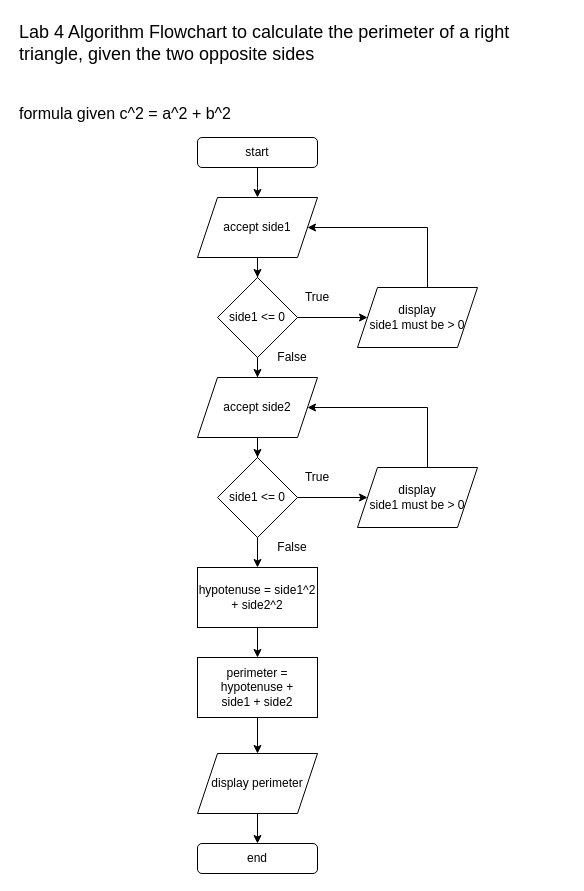
Earlier version of the draw.io diagram labs/lab4/PythagTheorem.drawio (campbe13/Java110-2020). Source tidied: cells renumbered, new cells numbered last; positions are measured from the earlier drawing's top-left corner, leaving out a move shared by most shapes. Both pictures are drawn from the tidied source at 100%, with x=0, y=0 at pixel (17, 17).
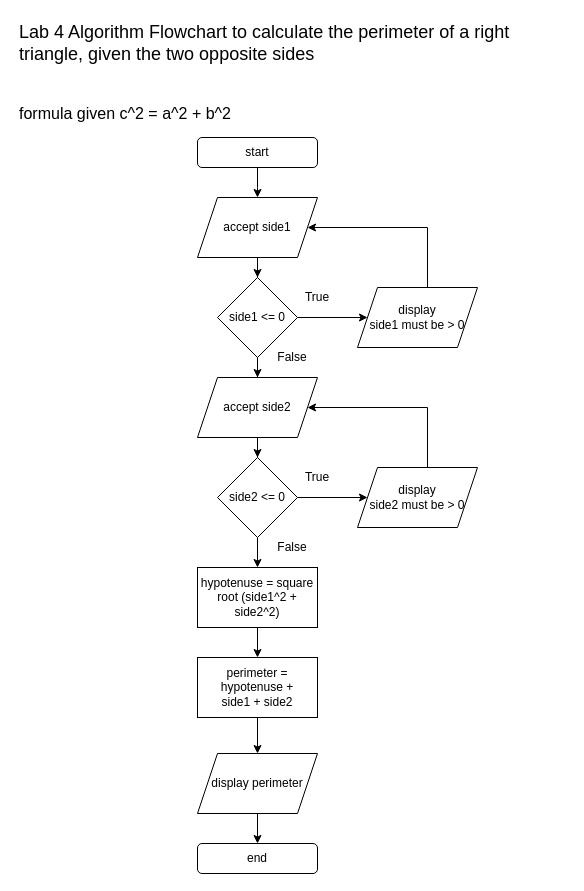
After the change.

Change to the diagram source:
```diff
@@
-    <mxCell id="12" value="hypotenuse = side1^2 + side2^2" style="rounded=0;whiteSpace=wrap;html=1;" parent="1" vertex="1">
+    <mxCell id="12" value="hypotenuse = square root (side1^2 + side2^2)" style="rounded=0;whiteSpace=wrap;html=1;" parent="1" vertex="1">
       <mxGeometry x="180" y="550" width="120" height="60" as="geometry" />
     </mxCell>
@@
-    <mxCell id="25" value="side1 &amp;lt;= 0" style="rhombus;whiteSpace=wrap;html=1;" parent="1" vertex="1">
+    <mxCell id="25" value="side2 &amp;lt;= 0" style="rhombus;whiteSpace=wrap;html=1;" parent="1" vertex="1">
       <mxGeometry x="200" y="440" width="80" height="80" as="geometry" />
     </mxCell>
@@
-    <mxCell id="27" value="display &lt;br&gt;side1 must be &amp;gt; 0" style="shape=parallelogram;perimeter=parallelogramPerimeter;whiteSpace=wrap;html=1;fixedSize=1;" parent="1" vertex="1">
+    <mxCell id="27" value="display &lt;br&gt;side2 must be &amp;gt; 0" style="shape=parallelogram;perimeter=parallelogramPerimeter;whiteSpace=wrap;html=1;fixedSize=1;" parent="1" vertex="1">
       <mxGeometry x="340" y="450" width="120" height="60" as="geometry" />
     </mxCell>
```
